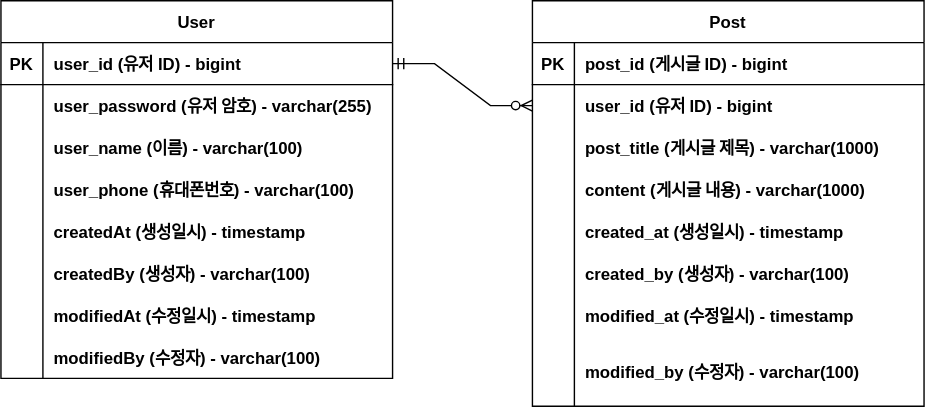
Before: document/trade-demo-erd.svg, a diagram exported from draw.io (wlsdnr658/trade-demo). Source tidied: cells renumbered, new cells last; positions are measured from the earlier drawing's top-left corner, leaving out a move shared by most shapes. Source of this version:
```xml
<mxGraphModel>
  <root>
    <mxCell id="0" />
    <mxCell id="1" parent="0" />
    <mxCell id="2" value="Post" style="shape=table;startSize=30;rowLines=0;fontStyle=1;align=center;" parent="1" vertex="1">
      <mxGeometry x="380" width="280" height="290" as="geometry" />
    </mxCell>
    <mxCell id="3" style="shape=partialRectangle;fillColor=none;top=0;left=0;right=0;bottom=1;" parent="2" vertex="1">
      <mxGeometry y="30" width="280" height="30" as="geometry" />
    </mxCell>
    <mxCell id="4" value="PK" style="shape=partialRectangle;overflow=hidden;fillColor=none;top=0;left=0;bottom=0;right=0;fontStyle=1;" parent="3" vertex="1">
      <mxGeometry width="30" height="30" as="geometry" />
    </mxCell>
    <mxCell id="5" value="post_id (게시글 ID) - bigint" style="shape=partialRectangle;overflow=hidden;fillColor=none;top=0;left=0;bottom=0;right=0;align=left;spacingLeft=6;fontStyle=1;strokeColor=default;" parent="3" vertex="1">
      <mxGeometry x="30" width="250" height="30" as="geometry" />
    </mxCell>
    <mxCell id="6" style="shape=partialRectangle;fillColor=none;points=[[0,0.5],[1,0.5]];portConstraint=eastwest;top=0;left=0;right=0;bottom=0;" parent="2" vertex="1">
      <mxGeometry y="60" width="280" height="30" as="geometry" />
    </mxCell>
    <mxCell id="7" style="shape=partialRectangle;overflow=hidden;fillColor=none;top=0;left=0;bottom=0;right=0;" parent="6" vertex="1">
      <mxGeometry width="30" height="30" as="geometry" />
    </mxCell>
    <mxCell id="8" value="user_id (유저 ID) - bigint" style="shape=partialRectangle;overflow=hidden;fillColor=none;top=0;left=0;bottom=0;right=0;align=left;spacingLeft=6;fontStyle=1;" parent="6" vertex="1">
      <mxGeometry x="30" width="250" height="30" as="geometry" />
    </mxCell>
    <mxCell id="9" style="shape=partialRectangle;fillColor=none;top=0;left=0;right=0;bottom=0;" parent="2" vertex="1">
      <mxGeometry y="90" width="280" height="30" as="geometry" />
    </mxCell>
    <mxCell id="10" style="shape=partialRectangle;overflow=hidden;fillColor=none;top=0;left=0;bottom=0;right=0;" parent="9" vertex="1">
      <mxGeometry width="30" height="30" as="geometry" />
    </mxCell>
    <mxCell id="11" value="post_title (게시글 제목) - varchar(1000)" style="shape=partialRectangle;overflow=hidden;fillColor=none;top=0;left=0;bottom=0;right=0;align=left;spacingLeft=6;fontStyle=1;" parent="9" vertex="1">
      <mxGeometry x="30" width="250" height="30" as="geometry" />
    </mxCell>
    <mxCell id="12" style="shape=partialRectangle;fillColor=none;top=0;left=0;right=0;bottom=0;" parent="2" vertex="1">
      <mxGeometry y="120" width="280" height="30" as="geometry" />
    </mxCell>
    <mxCell id="13" style="shape=partialRectangle;overflow=hidden;fillColor=none;top=0;left=0;bottom=0;right=0;" parent="12" vertex="1">
      <mxGeometry width="30" height="30" as="geometry" />
    </mxCell>
    <mxCell id="14" value="content (게시글 내용) - varchar(1000)" style="shape=partialRectangle;overflow=hidden;fillColor=none;top=0;left=0;bottom=0;right=0;align=left;spacingLeft=6;fontStyle=1;" parent="12" vertex="1">
      <mxGeometry x="30" width="250" height="30" as="geometry" />
    </mxCell>
    <mxCell id="15" style="shape=partialRectangle;fillColor=none;top=0;left=0;right=0;bottom=0;" parent="2" vertex="1">
      <mxGeometry y="150" width="280" height="30" as="geometry" />
    </mxCell>
    <mxCell id="16" style="shape=partialRectangle;overflow=hidden;fillColor=none;top=0;left=0;bottom=0;right=0;" parent="15" vertex="1">
      <mxGeometry width="30" height="30" as="geometry" />
    </mxCell>
    <mxCell id="17" value="created_at (생성일시) - timestamp" style="shape=partialRectangle;overflow=hidden;fillColor=none;top=0;left=0;bottom=0;right=0;align=left;spacingLeft=6;fontStyle=1;" parent="15" vertex="1">
      <mxGeometry x="30" width="250" height="30" as="geometry" />
    </mxCell>
    <mxCell id="18" style="shape=partialRectangle;fillColor=none;top=0;left=0;right=0;bottom=0;" parent="2" vertex="1">
      <mxGeometry y="180" width="280" height="30" as="geometry" />
    </mxCell>
    <mxCell id="19" style="shape=partialRectangle;overflow=hidden;fillColor=none;top=0;left=0;bottom=0;right=0;" parent="18" vertex="1">
      <mxGeometry width="30" height="30" as="geometry" />
    </mxCell>
    <mxCell id="20" value="created_by (생성자) - varchar(100)" style="shape=partialRectangle;overflow=hidden;fillColor=none;top=0;left=0;bottom=0;right=0;align=left;spacingLeft=6;fontStyle=1;" parent="18" vertex="1">
      <mxGeometry x="30" width="250" height="30" as="geometry" />
    </mxCell>
    <mxCell id="21" style="shape=partialRectangle;fillColor=none;top=0;left=0;right=0;bottom=0;" parent="2" vertex="1">
      <mxGeometry y="210" width="280" height="30" as="geometry" />
    </mxCell>
    <mxCell id="22" style="shape=partialRectangle;overflow=hidden;fillColor=none;top=0;left=0;bottom=0;right=0;" parent="21" vertex="1">
      <mxGeometry width="30" height="30" as="geometry" />
    </mxCell>
    <mxCell id="23" value="modified_at (수정일시) - timestamp" style="shape=partialRectangle;overflow=hidden;fillColor=none;top=0;left=0;bottom=0;right=0;align=left;spacingLeft=6;fontStyle=1;" parent="21" vertex="1">
      <mxGeometry x="30" width="250" height="30" as="geometry" />
    </mxCell>
    <mxCell id="24" style="shape=partialRectangle;fillColor=none;top=0;left=0;right=0;bottom=0;" parent="2" vertex="1">
      <mxGeometry y="240" width="280" height="50" as="geometry" />
    </mxCell>
    <mxCell id="25" style="shape=partialRectangle;overflow=hidden;fillColor=none;top=0;left=0;bottom=0;right=0;" parent="24" vertex="1">
      <mxGeometry width="30" height="50" as="geometry" />
    </mxCell>
    <mxCell id="26" value="modified_by (수정자) - varchar(100)" style="shape=partialRectangle;overflow=hidden;fillColor=none;top=0;left=0;bottom=0;right=0;align=left;spacingLeft=6;fontStyle=1;" parent="24" vertex="1">
      <mxGeometry x="30" width="250" height="50" as="geometry" />
    </mxCell>
    <mxCell id="27" value="User" style="shape=table;startSize=30;rowLines=0;fontStyle=1;align=center;" parent="1" vertex="1">
      <mxGeometry width="280" height="270" as="geometry" />
    </mxCell>
    <mxCell id="28" style="shape=partialRectangle;fillColor=none;points=[[0,0.5],[1,0.5]];portConstraint=eastwest;top=0;left=0;right=0;bottom=1;" parent="27" vertex="1">
      <mxGeometry y="30" width="280" height="30" as="geometry" />
    </mxCell>
    <mxCell id="29" value="PK" style="shape=partialRectangle;overflow=hidden;fillColor=none;top=0;left=0;bottom=0;right=0;fontStyle=1;" parent="28" vertex="1">
      <mxGeometry width="30" height="30" as="geometry" />
    </mxCell>
    <mxCell id="30" value="user_id (유저 ID) - bigint" style="shape=partialRectangle;overflow=hidden;fillColor=none;top=0;left=0;bottom=0;right=0;align=left;spacingLeft=6;fontStyle=1;strokeColor=default;" parent="28" vertex="1">
      <mxGeometry x="30" width="250" height="30" as="geometry" />
    </mxCell>
    <mxCell id="31" style="shape=partialRectangle;fillColor=none;top=0;left=0;right=0;bottom=0;" parent="27" vertex="1">
      <mxGeometry y="60" width="280" height="30" as="geometry" />
    </mxCell>
    <mxCell id="32" style="shape=partialRectangle;overflow=hidden;fillColor=none;top=0;left=0;bottom=0;right=0;" parent="31" vertex="1">
      <mxGeometry width="30" height="30" as="geometry" />
    </mxCell>
    <mxCell id="33" value="user_password (유저 암호) - varchar(255)" style="shape=partialRectangle;overflow=hidden;fillColor=none;top=0;left=0;bottom=0;right=0;align=left;spacingLeft=6;fontStyle=1;" parent="31" vertex="1">
      <mxGeometry x="30" width="250" height="30" as="geometry" />
    </mxCell>
    <mxCell id="34" style="shape=partialRectangle;fillColor=none;top=0;left=0;right=0;bottom=0;" parent="27" vertex="1">
      <mxGeometry y="90" width="280" height="30" as="geometry" />
    </mxCell>
    <mxCell id="35" style="shape=partialRectangle;overflow=hidden;fillColor=none;top=0;left=0;bottom=0;right=0;" parent="34" vertex="1">
      <mxGeometry width="30" height="30" as="geometry" />
    </mxCell>
    <mxCell id="36" value="user_name (이름) - varchar(100)" style="shape=partialRectangle;overflow=hidden;fillColor=none;top=0;left=0;bottom=0;right=0;align=left;spacingLeft=6;fontStyle=1;" parent="34" vertex="1">
      <mxGeometry x="30" width="250" height="30" as="geometry" />
    </mxCell>
    <mxCell id="37" style="shape=partialRectangle;fillColor=none;top=0;left=0;right=0;bottom=0;" parent="27" vertex="1">
      <mxGeometry y="120" width="280" height="30" as="geometry" />
    </mxCell>
    <mxCell id="38" style="shape=partialRectangle;overflow=hidden;fillColor=none;top=0;left=0;bottom=0;right=0;" parent="37" vertex="1">
      <mxGeometry width="30" height="30" as="geometry" />
    </mxCell>
    <mxCell id="39" value="user_phone (휴대폰번호) - varchar(100)" style="shape=partialRectangle;overflow=hidden;fillColor=none;top=0;left=0;bottom=0;right=0;align=left;spacingLeft=6;fontStyle=1;" parent="37" vertex="1">
      <mxGeometry x="30" width="250" height="30" as="geometry" />
    </mxCell>
    <mxCell id="40" style="shape=partialRectangle;fillColor=none;top=0;left=0;right=0;bottom=0;" parent="27" vertex="1">
      <mxGeometry y="150" width="280" height="30" as="geometry" />
    </mxCell>
    <mxCell id="41" style="shape=partialRectangle;overflow=hidden;fillColor=none;top=0;left=0;bottom=0;right=0;" parent="40" vertex="1">
      <mxGeometry width="30" height="30" as="geometry" />
    </mxCell>
    <mxCell id="42" value="createdAt (생성일시) - timestamp" style="shape=partialRectangle;overflow=hidden;fillColor=none;top=0;left=0;bottom=0;right=0;align=left;spacingLeft=6;fontStyle=1;" parent="40" vertex="1">
      <mxGeometry x="30" width="250" height="30" as="geometry" />
    </mxCell>
    <mxCell id="43" style="shape=partialRectangle;fillColor=none;top=0;left=0;right=0;bottom=0;" parent="27" vertex="1">
      <mxGeometry y="180" width="280" height="30" as="geometry" />
    </mxCell>
    <mxCell id="44" style="shape=partialRectangle;overflow=hidden;fillColor=none;top=0;left=0;bottom=0;right=0;" parent="43" vertex="1">
      <mxGeometry width="30" height="30" as="geometry" />
    </mxCell>
    <mxCell id="45" value="createdBy (생성자) - varchar(100)" style="shape=partialRectangle;overflow=hidden;fillColor=none;top=0;left=0;bottom=0;right=0;align=left;spacingLeft=6;fontStyle=1;" parent="43" vertex="1">
      <mxGeometry x="30" width="250" height="30" as="geometry" />
    </mxCell>
    <mxCell id="46" style="shape=partialRectangle;fillColor=none;top=0;left=0;right=0;bottom=0;" parent="27" vertex="1">
      <mxGeometry y="210" width="280" height="30" as="geometry" />
    </mxCell>
    <mxCell id="47" style="shape=partialRectangle;overflow=hidden;fillColor=none;top=0;left=0;bottom=0;right=0;" parent="46" vertex="1">
      <mxGeometry width="30" height="30" as="geometry" />
    </mxCell>
    <mxCell id="48" value="modifiedAt (수정일시) - timestamp" style="shape=partialRectangle;overflow=hidden;fillColor=none;top=0;left=0;bottom=0;right=0;align=left;spacingLeft=6;fontStyle=1;" parent="46" vertex="1">
      <mxGeometry x="30" width="250" height="30" as="geometry" />
    </mxCell>
    <mxCell id="49" style="shape=partialRectangle;fillColor=none;top=0;left=0;right=0;bottom=0;" parent="27" vertex="1">
      <mxGeometry y="240" width="280" height="30" as="geometry" />
    </mxCell>
    <mxCell id="50" style="shape=partialRectangle;overflow=hidden;fillColor=none;top=0;left=0;bottom=0;right=0;" parent="49" vertex="1">
      <mxGeometry width="30" height="30" as="geometry" />
    </mxCell>
    <mxCell id="51" value="modifiedBy (수정자) - varchar(100)" style="shape=partialRectangle;overflow=hidden;fillColor=none;top=0;left=0;bottom=0;right=0;align=left;spacingLeft=6;fontStyle=1;" parent="49" vertex="1">
      <mxGeometry x="30" width="250" height="30" as="geometry" />
    </mxCell>
    <mxCell id="52" style="edgeStyle=entityRelationEdgeStyle;fontSize=12;html=1;endArrow=ERzeroToMany;startArrow=ERmandOne;rounded=0;exitX=1;exitY=0.5;exitDx=0;exitDy=0;entryX=0;entryY=0.5;entryDx=0;entryDy=0;" parent="1" edge="1" source="28" target="6">
      <mxGeometry relative="1" as="geometry" />
    </mxCell>
  </root>
</mxGraphModel>
```
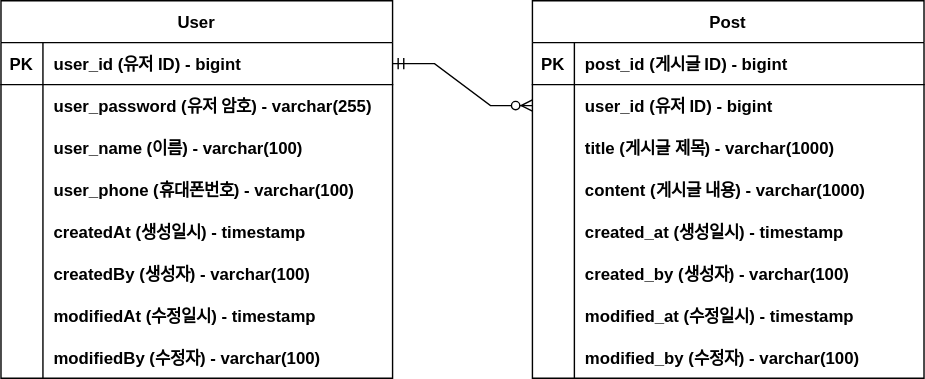
The same diagram one commit later.

What changed in the source:
```diff
@@ -3,7 +3,7 @@
     <mxCell id="0" />
     <mxCell id="1" parent="0" />
     <mxCell id="2" value="Post" style="shape=table;startSize=30;rowLines=0;fontStyle=1;align=center;" parent="1" vertex="1">
-      <mxGeometry x="380" width="280" height="290" as="geometry" />
+      <mxGeometry x="380" width="280" height="270" as="geometry" />
     </mxCell>
     <mxCell id="3" style="shape=partialRectangle;fillColor=none;top=0;left=0;right=0;bottom=1;" parent="2" vertex="1">
       <mxGeometry y="30" width="280" height="30" as="geometry" />
@@ -29,7 +29,7 @@
     <mxCell id="10" style="shape=partialRectangle;overflow=hidden;fillColor=none;top=0;left=0;bottom=0;right=0;" parent="9" vertex="1">
       <mxGeometry width="30" height="30" as="geometry" />
     </mxCell>
-    <mxCell id="11" value="post_title (게시글 제목) - varchar(1000)" style="shape=partialRectangle;overflow=hidden;fillColor=none;top=0;left=0;bottom=0;right=0;align=left;spacingLeft=6;fontStyle=1;" parent="9" vertex="1">
+    <mxCell id="11" value="title (게시글 제목) - varchar(1000)" style="shape=partialRectangle;overflow=hidden;fillColor=none;top=0;left=0;bottom=0;right=0;align=left;spacingLeft=6;fontStyle=1;" parent="9" vertex="1">
       <mxGeometry x="30" width="250" height="30" as="geometry" />
     </mxCell>
     <mxCell id="12" style="shape=partialRectangle;fillColor=none;top=0;left=0;right=0;bottom=0;" parent="2" vertex="1">
@@ -69,13 +69,13 @@
       <mxGeometry x="30" width="250" height="30" as="geometry" />
     </mxCell>
     <mxCell id="24" style="shape=partialRectangle;fillColor=none;top=0;left=0;right=0;bottom=0;" parent="2" vertex="1">
-      <mxGeometry y="240" width="280" height="50" as="geometry" />
+      <mxGeometry y="240" width="280" height="30" as="geometry" />
     </mxCell>
     <mxCell id="25" style="shape=partialRectangle;overflow=hidden;fillColor=none;top=0;left=0;bottom=0;right=0;" parent="24" vertex="1">
-      <mxGeometry width="30" height="50" as="geometry" />
+      <mxGeometry width="30" height="30" as="geometry" />
     </mxCell>
     <mxCell id="26" value="modified_by (수정자) - varchar(100)" style="shape=partialRectangle;overflow=hidden;fillColor=none;top=0;left=0;bottom=0;right=0;align=left;spacingLeft=6;fontStyle=1;" parent="24" vertex="1">
-      <mxGeometry x="30" width="250" height="50" as="geometry" />
+      <mxGeometry x="30" width="250" height="30" as="geometry" />
     </mxCell>
     <mxCell id="27" value="User" style="shape=table;startSize=30;rowLines=0;fontStyle=1;align=center;" parent="1" vertex="1">
       <mxGeometry width="280" height="270" as="geometry" />
```
